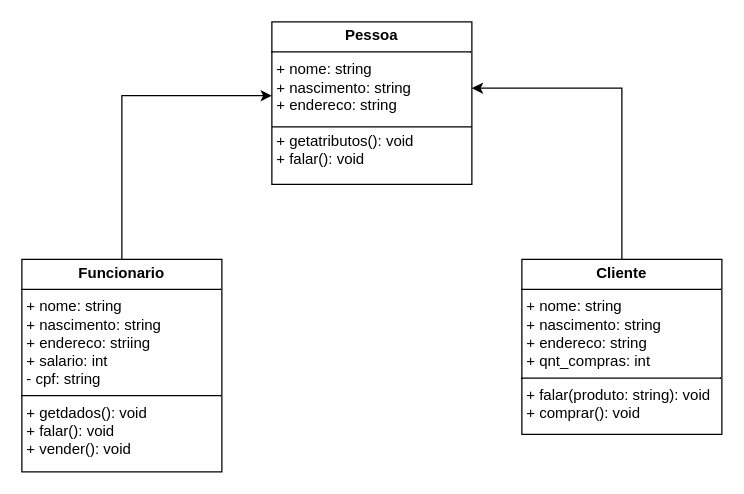
The draw.io diagram pessoanovo_diagrama.drawio in AnnaAngelina/diagramas-de-classe-drawio-, before the edit. Source tidied: cells renumbered, new cells numbered last; positions are measured from the earlier drawing's top-left corner, leaving out a move shared by most shapes. Both pictures are drawn from the tidied source at 125%, with x=0, y=0 at pixel (21, 21).
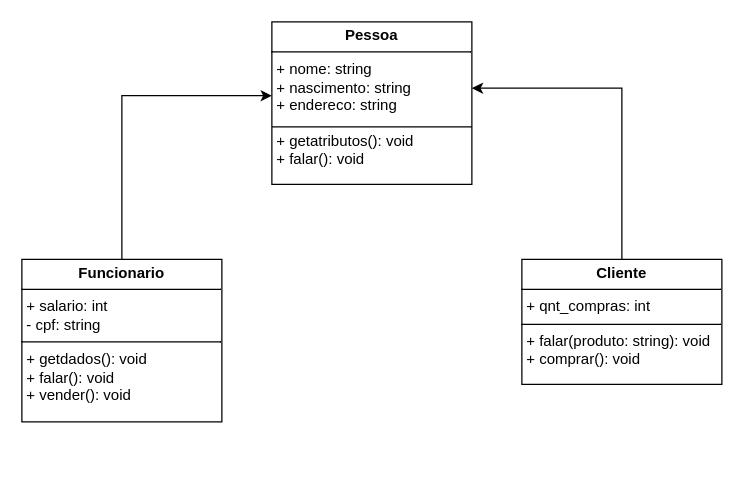
Above is the later version.

Commit message:
modificando os atributos

Diff of the diagram source:
```diff
@@
 <mxGraphModel>
   <root>
     <mxCell id="0" />
     <mxCell id="1" parent="0" />
     <mxCell id="2" value="&lt;p style=&quot;margin:0px;margin-top:4px;text-align:center;&quot;&gt;&lt;b&gt;Pessoa&lt;/b&gt;&lt;/p&gt;&lt;hr size=&quot;1&quot; style=&quot;border-style:solid;&quot;&gt;&lt;p style=&quot;margin:0px;margin-left:4px;&quot;&gt;+ nome: string&lt;/p&gt;&lt;p style=&quot;margin:0px;margin-left:4px;&quot;&gt;+ nascimento: string&lt;/p&gt;&lt;p style=&quot;margin:0px;margin-left:4px;&quot;&gt;+ endereco: string&lt;/p&gt;&lt;p style=&quot;margin:0px;margin-left:4px;&quot;&gt;&lt;br&gt;&lt;/p&gt;&lt;p style=&quot;margin:0px;margin-left:4px;&quot;&gt;+ getatributos(): void&lt;/p&gt;&lt;p style=&quot;margin:0px;margin-left:4px;&quot;&gt;+ falar(): void&lt;/p&gt;" style="verticalAlign=top;align=left;overflow=fill;html=1;whiteSpace=wrap;" parent="1" vertex="1">
       <mxGeometry x="200" width="160" height="130" as="geometry" />
     </mxCell>
     <mxCell id="3" style="line;strokeWidth=1;fillColor=none;align=left;verticalAlign=middle;spacingTop=-1;spacingLeft=3;spacingRight=3;labelPosition=right;strokeColor=inherit;" parent="1" vertex="1">
       <mxGeometry x="200" y="80" width="160" height="8" as="geometry" />
     </mxCell>
-    <mxCell id="4" value="&lt;p style=&quot;margin:0px;margin-top:4px;text-align:center;&quot;&gt;&lt;b&gt;Funcionario&lt;/b&gt;&lt;/p&gt;&lt;hr size=&quot;1&quot; style=&quot;border-style:solid;&quot;&gt;&lt;p style=&quot;margin:0px;margin-left:4px;&quot;&gt;+ nome: string&lt;/p&gt;&lt;p style=&quot;margin:0px;margin-left:4px;&quot;&gt;+ nascimento: string&lt;/p&gt;&lt;p style=&quot;margin:0px;margin-left:4px;&quot;&gt;+ endereco: striing&lt;/p&gt;&lt;p style=&quot;margin:0px;margin-left:4px;&quot;&gt;+ salario: int&lt;/p&gt;&lt;p style=&quot;margin:0px;margin-left:4px;&quot;&gt;- cpf: string&lt;/p&gt;&lt;hr size=&quot;1&quot; style=&quot;border-style:solid;&quot;&gt;&lt;p style=&quot;margin:0px;margin-left:4px;&quot;&gt;+ getdados(): void&lt;/p&gt;&lt;p style=&quot;margin:0px;margin-left:4px;&quot;&gt;+ falar(): void&lt;/p&gt;&lt;p style=&quot;margin:0px;margin-left:4px;&quot;&gt;+ vender(): void&lt;/p&gt;" style="verticalAlign=top;align=left;overflow=fill;html=1;whiteSpace=wrap;" parent="1" vertex="1">
-      <mxGeometry y="190" width="160" height="170" as="geometry" />
+    <mxCell id="4" value="&lt;p style=&quot;margin:0px;margin-top:4px;text-align:center;&quot;&gt;&lt;b&gt;Funcionario&lt;/b&gt;&lt;/p&gt;&lt;hr size=&quot;1&quot; style=&quot;border-style:solid;&quot;&gt;&lt;p style=&quot;margin:0px;margin-left:4px;&quot;&gt;&lt;span style=&quot;background-color: initial;&quot;&gt;+ salario: int&lt;/span&gt;&lt;/p&gt;&lt;p style=&quot;margin:0px;margin-left:4px;&quot;&gt;- cpf: string&lt;/p&gt;&lt;hr size=&quot;1&quot; style=&quot;border-style:solid;&quot;&gt;&lt;p style=&quot;margin:0px;margin-left:4px;&quot;&gt;+ getdados(): void&lt;/p&gt;&lt;p style=&quot;margin:0px;margin-left:4px;&quot;&gt;+ falar(): void&lt;/p&gt;&lt;p style=&quot;margin:0px;margin-left:4px;&quot;&gt;+ vender(): void&lt;/p&gt;" style="verticalAlign=top;align=left;overflow=fill;html=1;whiteSpace=wrap;" parent="1" vertex="1">
+      <mxGeometry y="190" width="160" height="130" as="geometry" />
     </mxCell>
-    <mxCell id="5" value="&lt;p style=&quot;margin:0px;margin-top:4px;text-align:center;&quot;&gt;&lt;b&gt;Cliente&lt;/b&gt;&lt;/p&gt;&lt;hr size=&quot;1&quot; style=&quot;border-style:solid;&quot;&gt;&lt;p style=&quot;margin:0px;margin-left:4px;&quot;&gt;+ nome: string&lt;/p&gt;&lt;p style=&quot;margin:0px;margin-left:4px;&quot;&gt;+ nascimento: string&lt;/p&gt;&lt;p style=&quot;margin:0px;margin-left:4px;&quot;&gt;+ endereco: string&lt;/p&gt;&lt;p style=&quot;margin:0px;margin-left:4px;&quot;&gt;+ qnt_compras: int&lt;/p&gt;&lt;hr size=&quot;1&quot; style=&quot;border-style:solid;&quot;&gt;&lt;p style=&quot;margin:0px;margin-left:4px;&quot;&gt;+ falar(produto: string): void&lt;/p&gt;&lt;p style=&quot;margin:0px;margin-left:4px;&quot;&gt;+ comprar(): void&lt;/p&gt;" style="verticalAlign=top;align=left;overflow=fill;html=1;whiteSpace=wrap;" parent="1" vertex="1">
-      <mxGeometry x="400" y="190" width="160" height="140" as="geometry" />
+    <mxCell id="5" value="&lt;p style=&quot;margin:0px;margin-top:4px;text-align:center;&quot;&gt;&lt;b&gt;Cliente&lt;/b&gt;&lt;/p&gt;&lt;hr size=&quot;1&quot; style=&quot;border-style:solid;&quot;&gt;&lt;p style=&quot;margin:0px;margin-left:4px;&quot;&gt;&lt;span style=&quot;background-color: initial;&quot;&gt;+ qnt_compras: int&lt;/span&gt;&lt;/p&gt;&lt;hr size=&quot;1&quot; style=&quot;border-style:solid;&quot;&gt;&lt;p style=&quot;margin:0px;margin-left:4px;&quot;&gt;+ falar(produto: string): void&lt;/p&gt;&lt;p style=&quot;margin:0px;margin-left:4px;&quot;&gt;+ comprar(): void&lt;/p&gt;" style="verticalAlign=top;align=left;overflow=fill;html=1;whiteSpace=wrap;" parent="1" vertex="1">
+      <mxGeometry x="400" y="190" width="160" height="100" as="geometry" />
     </mxCell>
     <mxCell id="6" style="edgeStyle=orthogonalEdgeStyle;rounded=0;jettySize=auto;html=1;exitX=0.5;exitY=0;exitDx=0;exitDy=0;entryX=0;entryY=0.454;entryDx=0;entryDy=0;entryPerimeter=0;" parent="1" edge="1" source="4" target="2">
       <mxGeometry relative="1" as="geometry" />
     </mxCell>
     <mxCell id="7" style="edgeStyle=orthogonalEdgeStyle;rounded=0;jettySize=auto;html=1;exitX=0.5;exitY=0;exitDx=0;exitDy=0;entryX=1;entryY=0.408;entryDx=0;entryDy=0;entryPerimeter=0;" parent="1" edge="1" source="5" target="2">
       <mxGeometry relative="1" as="geometry" />
     </mxCell>
   </root>
 </mxGraphModel>
```
